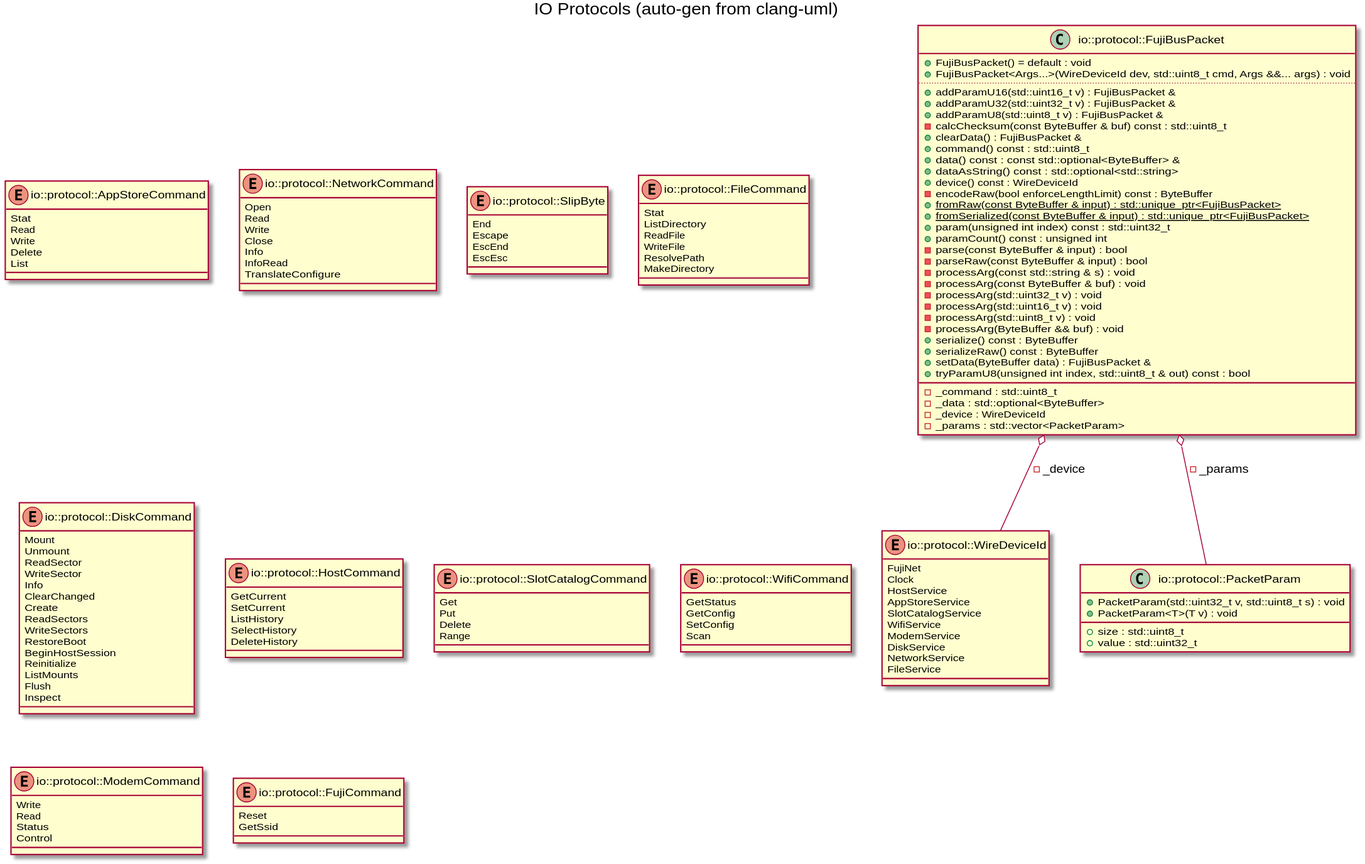
Earlier version of the PlantUML export docs/images/gen_io_protocol.svg (benjamink/fujinet-nio). Its diagram source:
```plantuml
@startuml
title IO Protocols (auto-gen from clang-uml)
enum "io::protocol::WireDeviceId" as C_0015225225004340369839
enum C_0015225225004340369839 {
FujiNet
Clock
HostService
AppStoreService
SlotCatalogService
WifiService
ModemService
DiskService
NetworkService
FileService
}
enum "io::protocol::AppStoreCommand" as C_0006374947442224284008
enum C_0006374947442224284008 {
Stat
Read
Write
Delete
List
}
enum "io::protocol::NetworkCommand" as C_0007700754280455587098
enum C_0007700754280455587098 {
Open
Read
Write
Close
Info
InfoRead
TranslateConfigure
}
enum "io::protocol::SlipByte" as C_0010627602090167488081
enum C_0010627602090167488081 {
End
Escape
EscEnd
EscEsc
}
class "io::protocol::PacketParam" as C_0003277087640557799971
class C_0003277087640557799971 {
+PacketParam(std::uint32_t v, std::uint8_t s) : void
+PacketParam<T>(T v) : void
__
+size : std::uint8_t
+value : std::uint32_t
}
class "io::protocol::FujiBusPacket" as C_0017232777488057089840
class C_0017232777488057089840 {
+FujiBusPacket() = default : void
+FujiBusPacket<Args...>(WireDeviceId dev, std::uint8_t cmd, Args &&... args) : void
..
+addParamU16(std::uint16_t v) : FujiBusPacket &
+addParamU32(std::uint32_t v) : FujiBusPacket &
+addParamU8(std::uint8_t v) : FujiBusPacket &
-calcChecksum(const ByteBuffer & buf) const : std::uint8_t
+clearData() : FujiBusPacket &
+command() const : std::uint8_t
+data() const : const std::optional<ByteBuffer> &
+dataAsString() const : std::optional<std::string>
+device() const : WireDeviceId
-encodeRaw(bool enforceLengthLimit) const : ByteBuffer
{static} +fromRaw(const ByteBuffer & input) : std::unique_ptr<FujiBusPacket>
{static} +fromSerialized(const ByteBuffer & input) : std::unique_ptr<FujiBusPacket>
+param(unsigned int index) const : std::uint32_t
+paramCount() const : unsigned int
-parse(const ByteBuffer & input) : bool
-parseRaw(const ByteBuffer & input) : bool
-processArg(const std::string & s) : void
-processArg(const ByteBuffer & buf) : void
-processArg(std::uint32_t v) : void
-processArg(std::uint16_t v) : void
-processArg(std::uint8_t v) : void
-processArg(ByteBuffer && buf) : void
+serialize() const : ByteBuffer
+serializeRaw() const : ByteBuffer
+setData(ByteBuffer data) : FujiBusPacket &
+tryParamU8(unsigned int index, std::uint8_t & out) const : bool
__
-_command : std::uint8_t
-_data : std::optional<ByteBuffer>
-_device : WireDeviceId
-_params : std::vector<PacketParam>
}
enum "io::protocol::FileCommand" as C_0003895064208135060769
enum C_0003895064208135060769 {
Stat
ListDirectory
ReadFile
WriteFile
ResolvePath
MakeDirectory
}
enum "io::protocol::DiskCommand" as C_0015699043703645047876
enum C_0015699043703645047876 {
Mount
Unmount
ReadSector
WriteSector
Info
ClearChanged
Create
ReadSectors
WriteSectors
RestoreBoot
BeginHostSession
Reinitialize
ListMounts
Flush
Inspect
}
enum "io::protocol::HostCommand" as C_0007123260493549580442
enum C_0007123260493549580442 {
GetCurrent
SetCurrent
ListHistory
SelectHistory
DeleteHistory
}
enum "io::protocol::SlotCatalogCommand" as C_0000459409847653698260
enum C_0000459409847653698260 {
Get
Put
Delete
Range
}
enum "io::protocol::WifiCommand" as C_0015484389551772629797
enum C_0015484389551772629797 {
GetStatus
GetConfig
SetConfig
Scan
}
enum "io::protocol::ModemCommand" as C_0010997942004027913014
enum C_0010997942004027913014 {
Write
Read
Status
Control
}
enum "io::protocol::FujiCommand" as C_0004628219160953719395
enum C_0004628219160953719395 {
Reset
GetSsid
}
C_0017232777488057089840 o-- C_0015225225004340369839 : -_device
C_0017232777488057089840 o-- C_0003277087640557799971 : -_params

@enduml
```
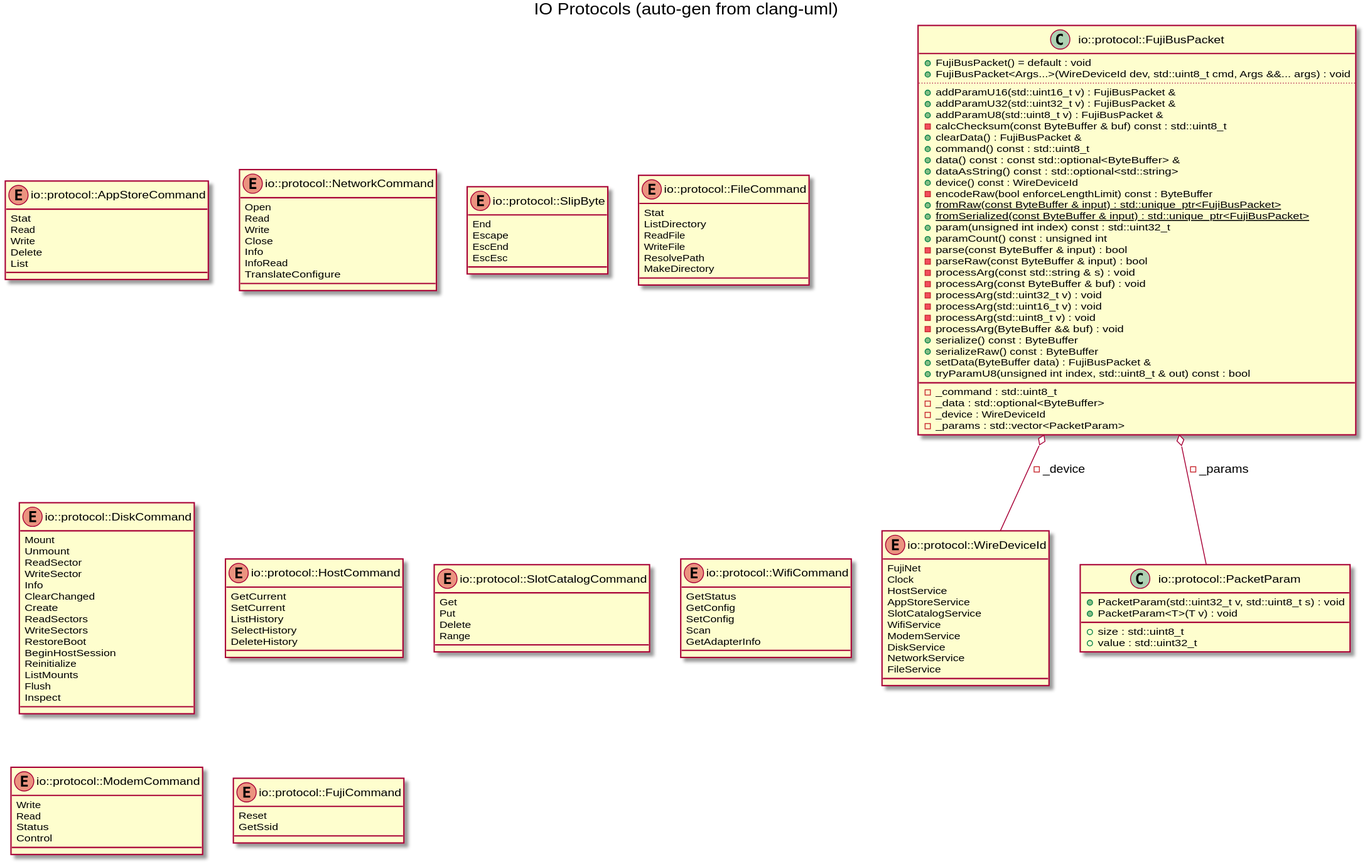
The same diagram one commit later.

Commit message:
chore: update auto-generated UML diagrams

Change to the diagram source:
```diff
@@ -131,6 +131,7 @@
 GetConfig
 SetConfig
 Scan
+GetAdapterInfo
 }
 enum "io::protocol::ModemCommand" as C_0010997942004027913014
 enum C_0010997942004027913014 {
```
